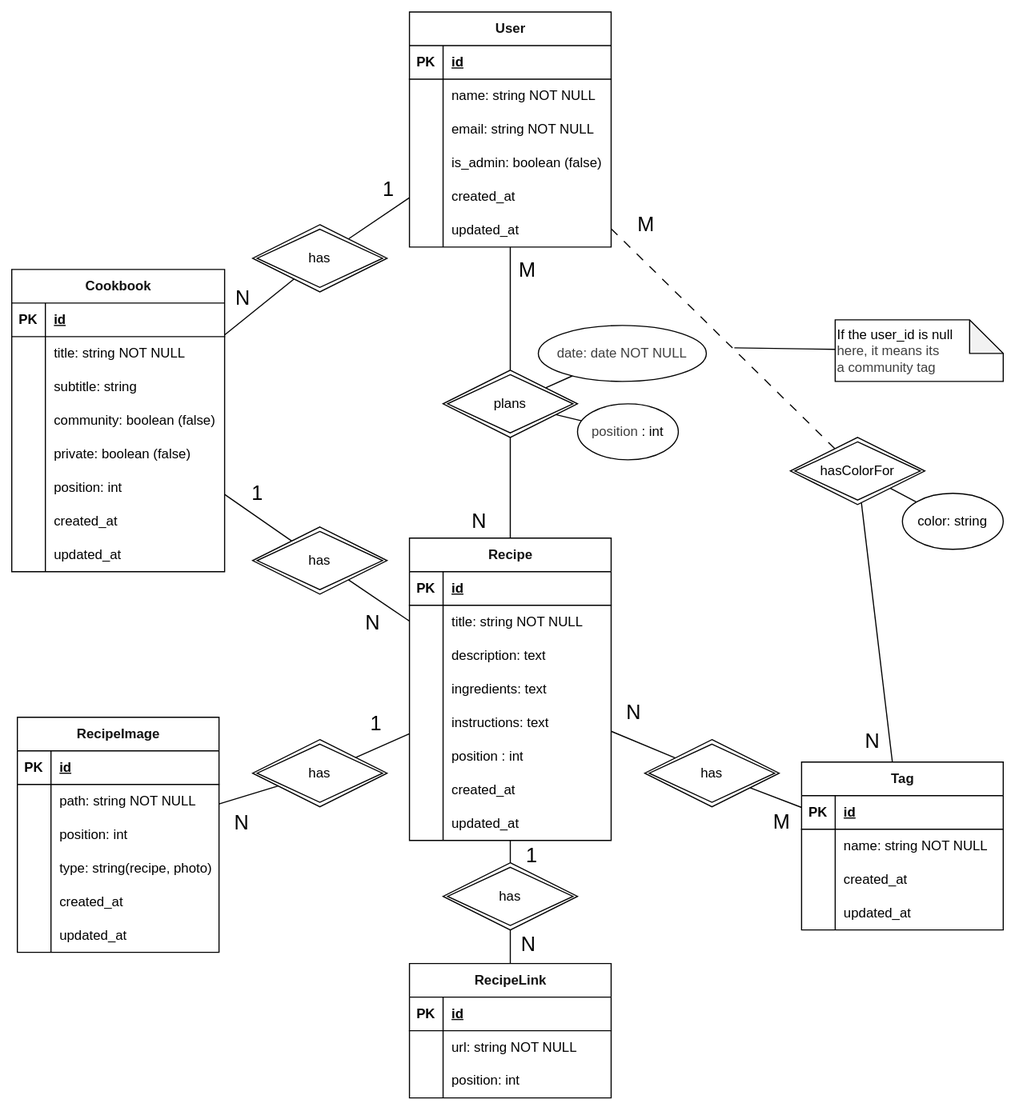
Above: docs/diagrams/db-schema.drawio.svg in lchristmann/recipe-manager (draw.io), before the change. Source tidied: cells renumbered, new cells last; positions are measured from the earlier drawing's top-left corner, leaving out a move shared by most shapes.
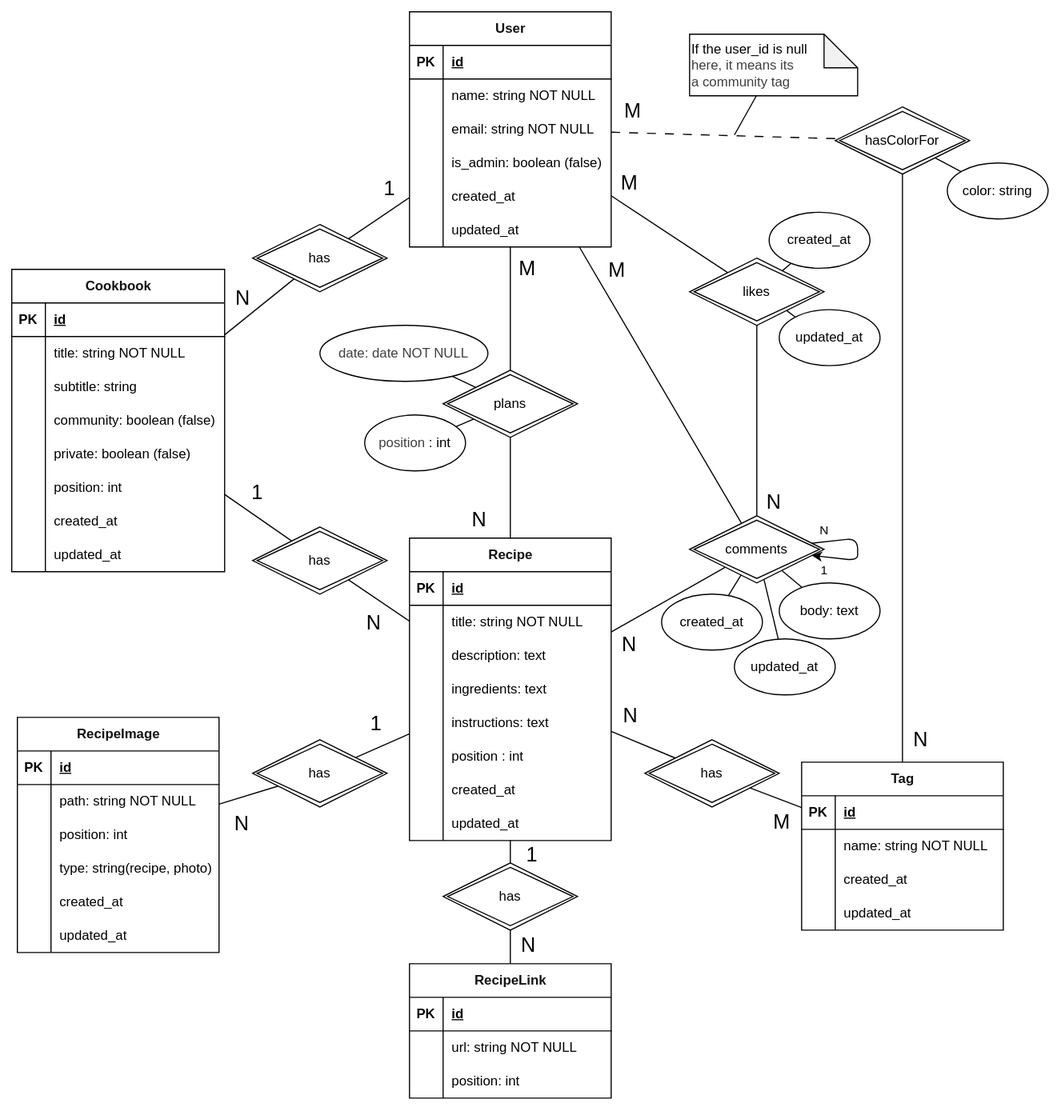
After the commit.

Change to the diagram source:
```diff
@@ -403,14 +403,14 @@
     </mxCell>
     <mxCell id="129" value="N" style="edgeLabel;html=1;align=center;verticalAlign=middle;fontSize=18;" parent="128" vertex="1">
       <mxGeometry x="-0.47" y="-2" relative="1" as="geometry">
-        <mxPoint x="5" y="-26" as="offset" />
+        <mxPoint x="1" y="-23" as="offset" />
       </mxGeometry>
     </mxCell>
     <mxCell id="130" value="&lt;span style=&quot;color: rgb(63, 63, 63);&quot;&gt;date: date NOT NULL&lt;/span&gt;" style="ellipse;whiteSpace=wrap;html=1;fillStyle=solid;fillColor=#FFFFFF;" parent="1" vertex="1">
-      <mxGeometry x="470" y="280" width="150" height="50" as="geometry" />
+      <mxGeometry x="275" y="280" width="150" height="50" as="geometry" />
     </mxCell>
     <mxCell id="131" value="&lt;span style=&quot;color: rgb(63, 63, 63); scrollbar-color: rgb(226, 226, 226) rgb(251, 251, 251); background-color: transparent;&quot;&gt;position&lt;/span&gt;&lt;span style=&quot;scrollbar-color: rgb(226, 226, 226) rgb(251, 251, 251); background-color: transparent; text-align: left; color: rgb(0, 0, 0);&quot;&gt;: int&lt;/span&gt;" style="ellipse;whiteSpace=wrap;html=1;fillStyle=solid;fillColor=#FFFFFF;" parent="1" vertex="1">
-      <mxGeometry x="505" y="350" width="90" height="50" as="geometry" />
+      <mxGeometry x="315" y="360" width="90" height="50" as="geometry" />
     </mxCell>
     <mxCell id="132" value="&lt;span style=&quot;background-color: light-dark(#ffffff, var(--ge-dark-color, #121212));&quot;&gt;&lt;font style=&quot;color: rgb(18, 18, 18);&quot;&gt;RecipeLink&lt;/font&gt;&lt;/span&gt;" style="shape=table;startSize=30;rowLines=0;fontStyle=1;align=center;html=1;labelBackgroundColor=default;fillColor=#FFFFFF;" parent="1" vertex="1">
       <mxGeometry x="355" y="850" width="180" height="120" as="geometry" />
@@ -466,7 +466,7 @@
     </mxCell>
     <mxCell id="148" value="M" style="edgeLabel;html=1;align=center;verticalAlign=middle;fontSize=18;" parent="147" vertex="1">
       <mxGeometry x="-0.47" y="-2" relative="1" as="geometry">
-        <mxPoint x="-22" y="-58" as="offset" />
+        <mxPoint x="-36" y="-23" as="offset" />
       </mxGeometry>
     </mxCell>
     <mxCell id="149" style="edgeStyle=none;html=1;endArrow=none;endFill=0;" parent="1" edge="1" source="152" target="112">
@@ -474,25 +474,110 @@
     </mxCell>
     <mxCell id="150" value="N" style="edgeLabel;html=1;align=center;verticalAlign=middle;fontSize=18;" parent="149" vertex="1">
       <mxGeometry x="0.54" y="3" relative="1" as="geometry">
-        <mxPoint x="-16" y="34" as="offset" />
+        <mxPoint x="12" y="100" as="offset" />
       </mxGeometry>
     </mxCell>
     <mxCell id="151" style="edgeStyle=none;html=1;endArrow=none;endFill=0;" parent="1" edge="1" source="152" target="153">
       <mxGeometry relative="1" as="geometry" />
     </mxCell>
     <mxCell id="152" value="&lt;span style=&quot;background-color: light-dark(#ffffff, var(--ge-dark-color, #121212));&quot;&gt;hasColorFor&lt;/span&gt;" style="shape=rhombus;double=1;perimeter=rhombusPerimeter;whiteSpace=wrap;html=1;align=center;labelBackgroundColor=default;fillColor=#FFFFFF;" parent="1" vertex="1">
-      <mxGeometry x="695" y="380" width="120" height="60" as="geometry" />
+      <mxGeometry x="735" y="85" width="120" height="60" as="geometry" />
     </mxCell>
     <mxCell id="153" value="color: string" style="ellipse;whiteSpace=wrap;html=1;fillStyle=solid;fillColor=#FFFFFF;" parent="1" vertex="1">
-      <mxGeometry x="795" y="430" width="90" height="50" as="geometry" />
+      <mxGeometry x="835" y="135" width="90" height="50" as="geometry" />
     </mxCell>
     <mxCell id="154" style="edgeStyle=none;html=1;endArrow=none;endFill=0;" parent="1" edge="1" source="155">
       <mxGeometry relative="1" as="geometry">
-        <mxPoint x="645" y="300" as="targetPoint" />
+        <mxPoint x="645" y="110" as="targetPoint" />
       </mxGeometry>
     </mxCell>
     <mxCell id="155" value="&amp;nbsp;If the user_id is null&lt;div&gt;&lt;div style=&quot;&quot;&gt;&lt;span style=&quot;color: rgb(63, 63, 63); background-color: transparent;&quot;&gt;&amp;nbsp;here, it means its&lt;/span&gt;&lt;/div&gt;&lt;div style=&quot;&quot;&gt;&lt;span style=&quot;color: rgb(63, 63, 63); background-color: transparent;&quot;&gt;&amp;nbsp;a community tag&lt;/span&gt;&lt;/div&gt;&lt;/div&gt;" style="shape=note;whiteSpace=wrap;html=1;backgroundOutline=1;darkOpacity=0.05;align=left;" parent="1" vertex="1">
-      <mxGeometry x="735" y="275" width="150" height="55" as="geometry" />
+      <mxGeometry x="605" y="20" width="150" height="55" as="geometry" />
     </mxCell>
+    <mxCell id="156" style="edgeStyle=none;html=1;endArrow=none;endFill=0;" parent="1" edge="1" source="2" target="162">
+      <mxGeometry relative="1" as="geometry" />
+    </mxCell>
+    <mxCell id="157" value="M" style="edgeLabel;html=1;align=center;verticalAlign=middle;fontSize=18;" parent="156" vertex="1">
+      <mxGeometry x="-0.47" y="-2" relative="1" as="geometry">
+        <mxPoint x="-5" y="-47" as="offset" />
+      </mxGeometry>
+    </mxCell>
+    <mxCell id="158" style="edgeStyle=none;html=1;endArrow=none;endFill=0;" parent="1" edge="1" source="162" target="51">
+      <mxGeometry relative="1" as="geometry" />
+    </mxCell>
+    <mxCell id="159" value="N" style="edgeLabel;html=1;align=center;verticalAlign=middle;fontSize=18;" parent="158" vertex="1">
+      <mxGeometry x="0.54" y="3" relative="1" as="geometry">
+        <mxPoint x="-9" y="21" as="offset" />
+      </mxGeometry>
+    </mxCell>
+    <mxCell id="160" style="edgeStyle=none;html=1;endArrow=none;endFill=0;" parent="1" edge="1" source="162" target="168">
+      <mxGeometry relative="1" as="geometry" />
+    </mxCell>
+    <mxCell id="161" style="edgeStyle=none;html=1;endArrow=none;endFill=0;" parent="1" edge="1" source="162" target="169">
+      <mxGeometry relative="1" as="geometry" />
+    </mxCell>
+    <mxCell id="162" value="&lt;span style=&quot;background-color: light-dark(#ffffff, var(--ge-dark-color, #121212));&quot;&gt;comments&lt;/span&gt;" style="shape=rhombus;double=1;perimeter=rhombusPerimeter;whiteSpace=wrap;html=1;align=center;labelBackgroundColor=default;fillColor=#FFFFFF;" parent="1" vertex="1">
+      <mxGeometry x="605" y="450" width="120" height="60" as="geometry" />
+    </mxCell>
+    <mxCell id="163" style="edgeStyle=none;html=1;endArrow=none;endFill=0;" parent="1" edge="1" source="164" target="162">
+      <mxGeometry relative="1" as="geometry" />
+    </mxCell>
+    <mxCell id="164" value="body: text" style="ellipse;whiteSpace=wrap;html=1;fillStyle=solid;fillColor=#FFFFFF;" parent="1" vertex="1">
+      <mxGeometry x="685" y="510" width="90" height="50" as="geometry" />
+    </mxCell>
+    <mxCell id="165" style="edgeStyle=none;html=1;" parent="1" edge="1" source="162" target="162">
+      <mxGeometry relative="1" as="geometry">
+        <Array as="points">
+          <mxPoint x="755" y="480" />
+        </Array>
+      </mxGeometry>
+    </mxCell>
+    <mxCell id="166" value="1" style="edgeLabel;html=1;align=center;verticalAlign=middle;" parent="165" vertex="1">
+      <mxGeometry x="0.71" y="1" relative="1" as="geometry">
+        <mxPoint x="-4" y="10" as="offset" />
+      </mxGeometry>
+    </mxCell>
+    <mxCell id="167" value="N" style="edgeLabel;html=1;align=center;verticalAlign=middle;" parent="165" vertex="1">
+      <mxGeometry x="-0.69" relative="1" as="geometry">
+        <mxPoint x="-5" y="-11" as="offset" />
+      </mxGeometry>
+    </mxCell>
+    <mxCell id="168" value="created_at" style="ellipse;whiteSpace=wrap;html=1;fillStyle=solid;fillColor=#FFFFFF;" parent="1" vertex="1">
+      <mxGeometry x="580" y="520" width="90" height="50" as="geometry" />
+    </mxCell>
+    <mxCell id="169" value="updated_at" style="ellipse;whiteSpace=wrap;html=1;fillStyle=solid;fillColor=#FFFFFF;" parent="1" vertex="1">
+      <mxGeometry x="645" y="560" width="90" height="50" as="geometry" />
+    </mxCell>
+    <mxCell id="170" style="edgeStyle=none;html=1;endArrow=none;endFill=0;" parent="1" edge="1" source="2" target="174">
+      <mxGeometry relative="1" as="geometry" />
+    </mxCell>
+    <mxCell id="171" value="M" style="edgeLabel;html=1;align=center;verticalAlign=middle;fontSize=18;" parent="170" vertex="1">
+      <mxGeometry x="-0.47" y="-2" relative="1" as="geometry">
+        <mxPoint x="-12" y="-32" as="offset" />
+      </mxGeometry>
+    </mxCell>
+    <mxCell id="172" style="edgeStyle=none;html=1;endArrow=none;endFill=0;" parent="1" edge="1" source="174" target="162">
+      <mxGeometry relative="1" as="geometry" />
+    </mxCell>
+    <mxCell id="173" value="N" style="edgeLabel;html=1;align=center;verticalAlign=middle;fontSize=18;" parent="172" vertex="1">
+      <mxGeometry x="0.54" y="3" relative="1" as="geometry">
+        <mxPoint x="11" y="26" as="offset" />
+      </mxGeometry>
+    </mxCell>
+    <mxCell id="174" value="&lt;span style=&quot;background-color: light-dark(#ffffff, var(--ge-dark-color, #121212));&quot;&gt;likes&lt;/span&gt;" style="shape=rhombus;double=1;perimeter=rhombusPerimeter;whiteSpace=wrap;html=1;align=center;labelBackgroundColor=default;fillColor=#FFFFFF;" parent="1" vertex="1">
+      <mxGeometry x="605" y="220" width="120" height="60" as="geometry" />
+    </mxCell>
+    <mxCell id="175" style="edgeStyle=none;html=1;endArrow=none;endFill=0;" parent="1" edge="1" source="176" target="174">
+      <mxGeometry relative="1" as="geometry" />
+    </mxCell>
+    <mxCell id="176" value="created_at" style="ellipse;whiteSpace=wrap;html=1;fillStyle=solid;fillColor=#FFFFFF;" parent="1" vertex="1">
+      <mxGeometry x="676" y="179" width="90" height="50" as="geometry" />
+    </mxCell>
+    <mxCell id="177" style="edgeStyle=none;html=1;endArrow=none;endFill=0;" parent="1" edge="1" source="178" target="174">
+      <mxGeometry relative="1" as="geometry" />
+    </mxCell>
+    <mxCell id="178" value="updated_at" style="ellipse;whiteSpace=wrap;html=1;fillStyle=solid;fillColor=#FFFFFF;" parent="1" vertex="1">
+      <mxGeometry x="685" y="266" width="90" height="50" as="geometry" />
+    </mxCell>
   </root>
 </mxGraphModel>
```
